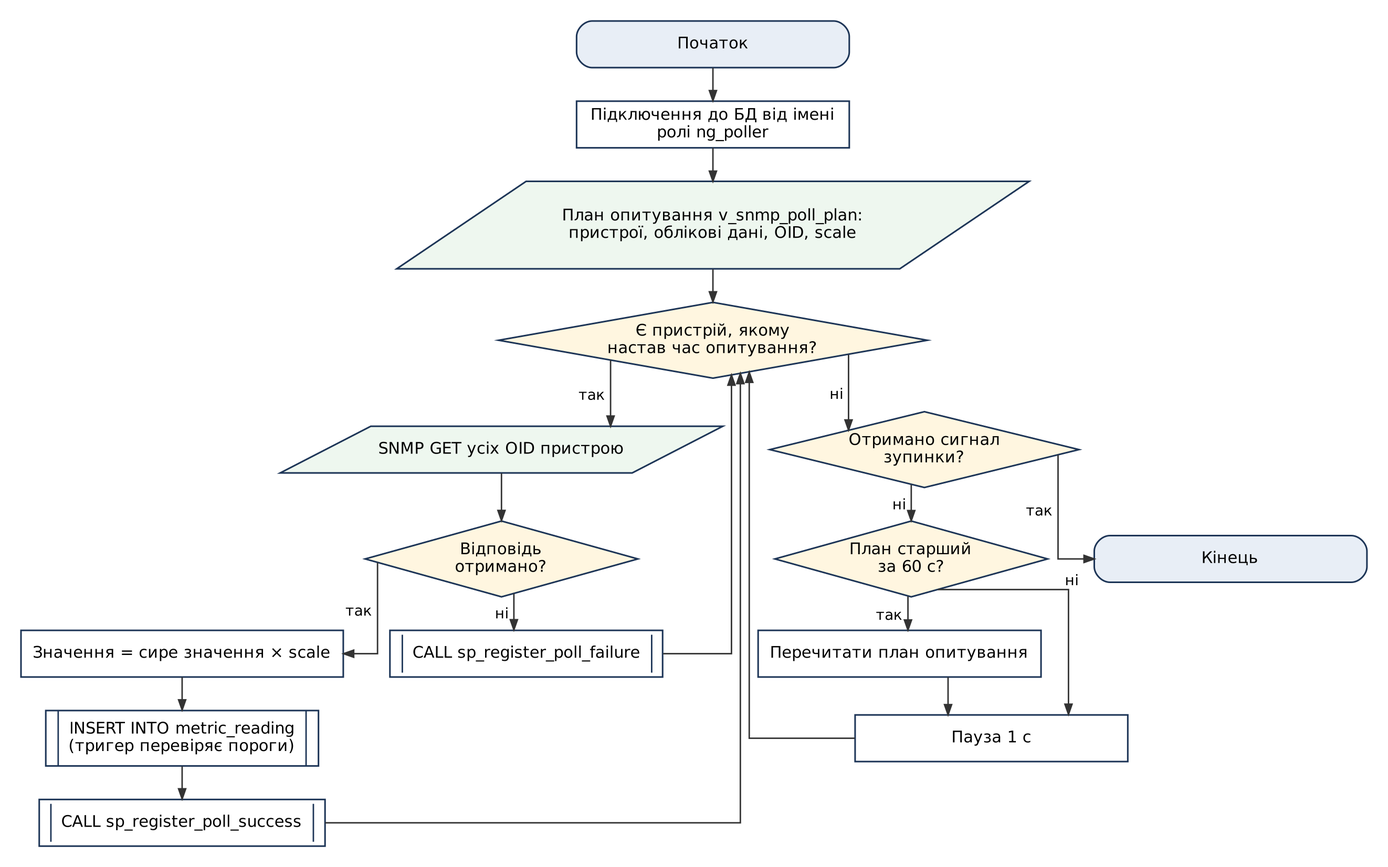
Before: docs/diagrams/flow_02_poller.png, a diagram exported from Graphviz (KrutoiPatsan13/laba1). Its source is kept beside it as docs/diagrams/src/flow_02_poller.dot.
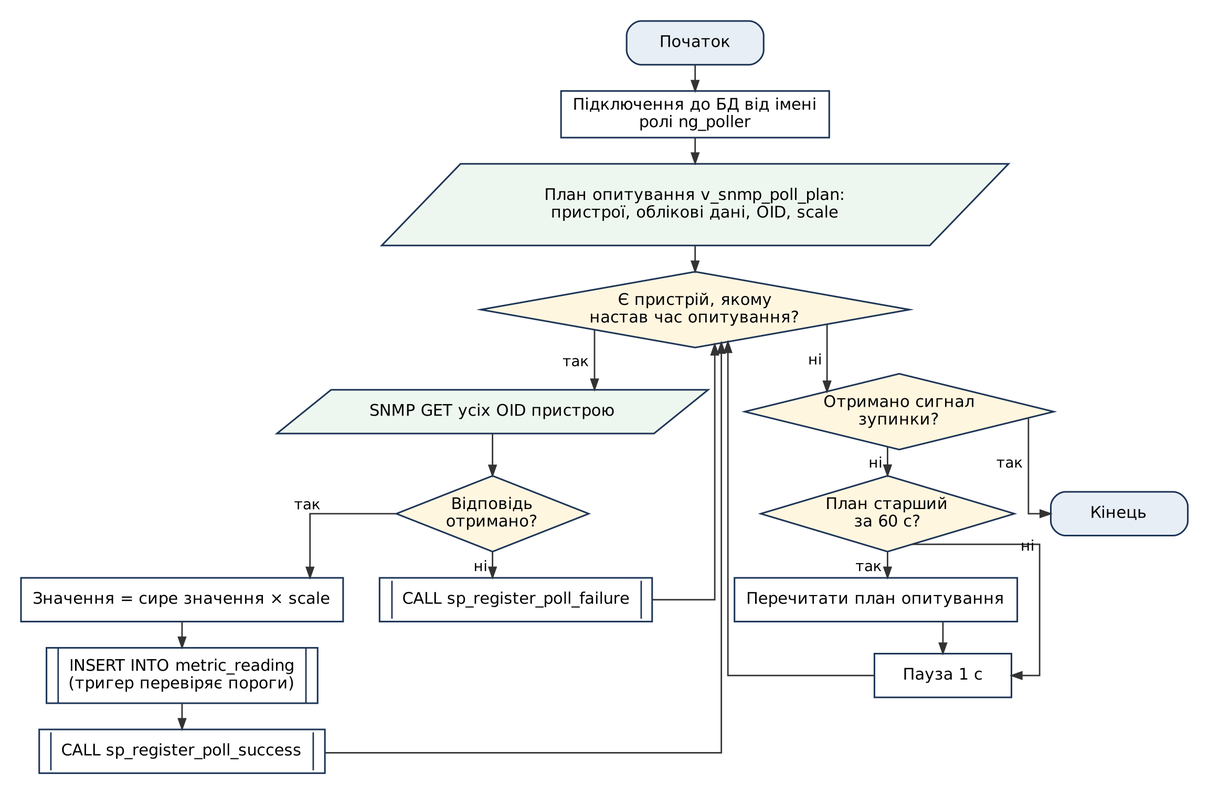
The same diagram one commit later.

Change to the diagram source:
```diff
@@ -1,12 +1,12 @@
 digraph flow_02_poller {
-  graph [rankdir=TB, splines=ortho, nodesep=0.45, ranksep=0.32, fontname="DejaVu Sans", pad=0.2, forcelabels=true];
-  node [fontname="DejaVu Sans", fontsize=11, width=2.6, height=0.45, color="#1d3557", penwidth=1.1];
+  graph [rankdir=TB, splines=ortho, nodesep=0.35, ranksep=0.25, fontname="DejaVu Sans", pad=0.2, forcelabels=true];
+  node [fontname="DejaVu Sans", fontsize=11, width=1.3, height=0.42, color="#1d3557", penwidth=1.1];
   edge [fontname="DejaVu Sans", fontsize=10, color="#333333", arrowsize=0.7];
   n1 [shape=box, style="rounded,filled", fillcolor="#e8eef6", label=<Початок>, margin="0.25,0.06"];
   n2 [shape=box, label=<Підключення до БД від імені<BR/>ролі ng_poller>];
-  n3 [shape=parallelogram, style=filled, fillcolor="#eef7ef", label=<План опитування v_snmp_poll_plan:<BR/>пристрої, облікові дані, OID, scale>, margin="0.02,0.04"];
+  n3 [shape=polygon, sides=4, skew=0.3, style=filled, fillcolor="#eef7ef", label=<План опитування v_snmp_poll_plan:<BR/>пристрої, облікові дані, OID, scale>, margin="0.06,0.03"];
   n4 [shape=diamond, style=filled, fillcolor="#fff6e0", label=<Є пристрій, якому<BR/>настав час опитування?>, margin="0.02,0.02"];
-  n5 [shape=parallelogram, style=filled, fillcolor="#eef7ef", label=<SNMP GET усіх OID пристрою>, margin="0.02,0.04"];
+  n5 [shape=polygon, sides=4, skew=0.3, style=filled, fillcolor="#eef7ef", label=<SNMP GET усіх OID пристрою>, margin="0.06,0.03"];
   n6 [shape=diamond, style=filled, fillcolor="#fff6e0", label=<Відповідь<BR/>отримано?>, margin="0.02,0.02"];
   n7 [shape=box, label=<Значення = сире значення × scale>];
   n8 [shape=box, margin=0, label=<<TABLE BORDER="0" CELLBORDER="0" CELLSPACING="0" CELLPADDING="0"><TR><TD WIDTH="8" BORDER="1" SIDES="R"></TD><TD CELLPADDING="7">INSERT INTO metric_reading<BR/>(тригер перевіряє пороги)</TD><TD WIDTH="8" BORDER="1" SIDES="L"></TD></TR></TABLE>>];
```
